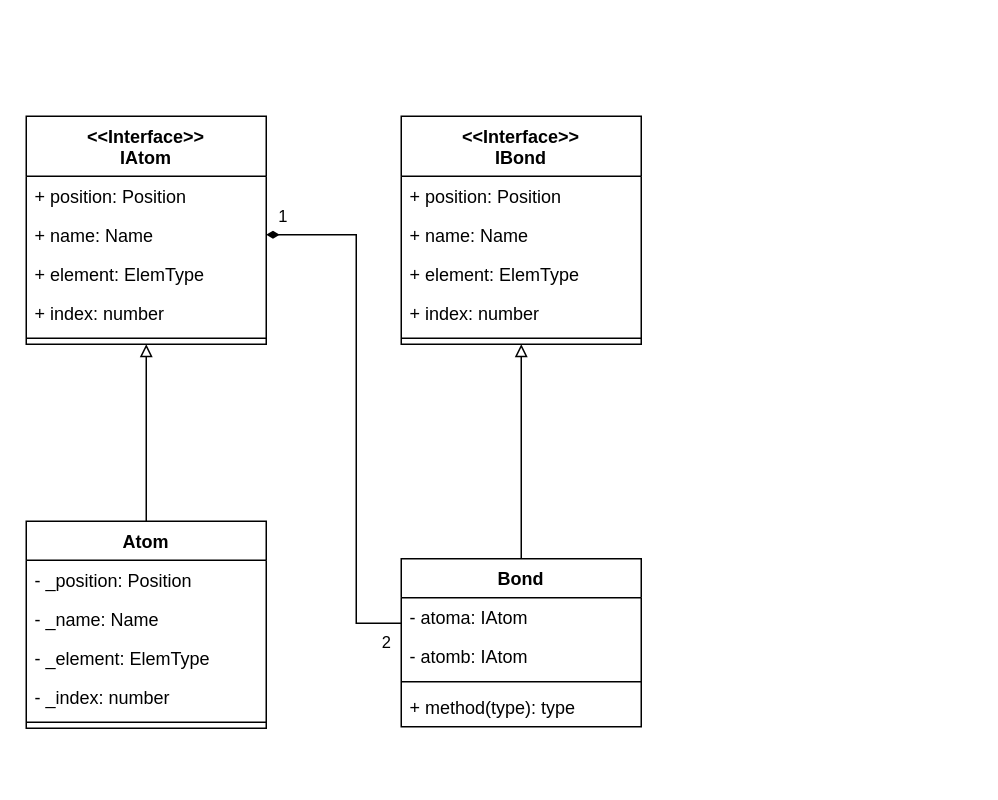
This is uml/systems/systems.drawio from TakashiKusachi/TS-GLMolViwer, a draw.io file, before an edit. Source tidied: cells renumbered, new cells numbered last; positions are measured from the earlier drawing's top-left corner, leaving out a move shared by most shapes. Both pictures are drawn from the tidied source at 150%, with x=0, y=0 at pixel (26, 116).
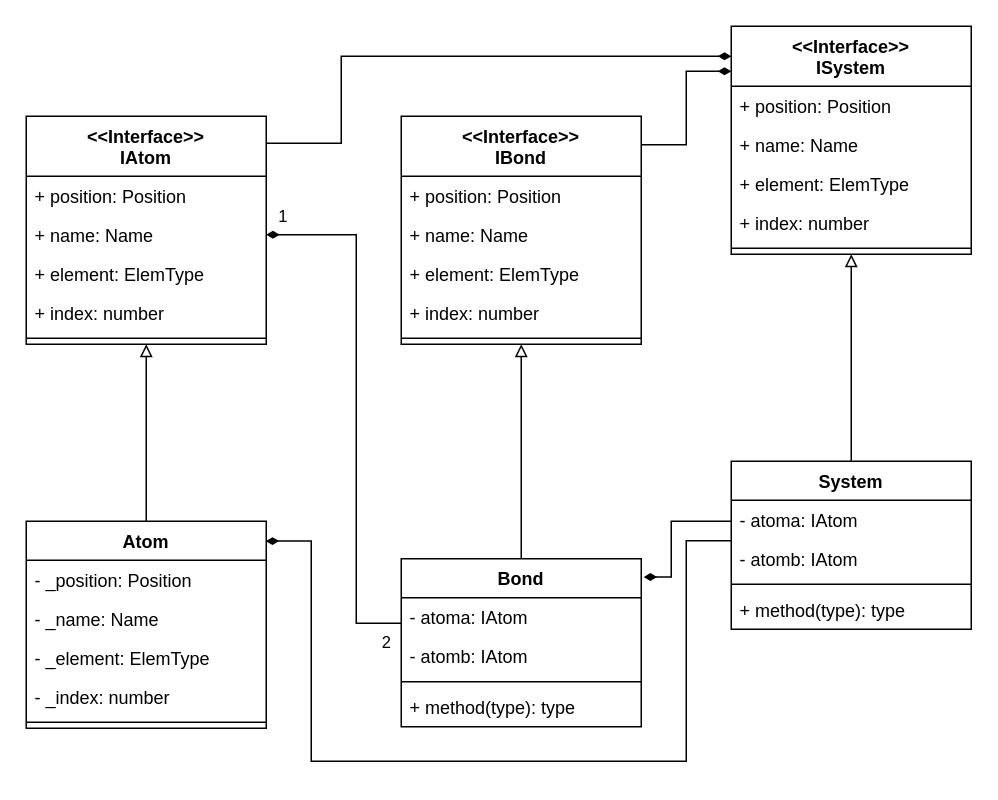
The same diagram, later.

Unchanged cells that the change refers to:
```xml
<mxCell id="2" value="&lt;&lt;Interface&gt;&gt;&#10;IAtom" style="swimlane;fontStyle=1;align=center;verticalAlign=top;horizontal=1;startSize=40;" parent="1" vertex="1">
  <mxGeometry width="160" height="152" as="geometry" />
</mxCell>
<mxCell id="9" value="Atom" style="swimlane;fontStyle=1;align=center;verticalAlign=top;horizontal=1;startSize=26;" parent="1" vertex="1">
  <mxGeometry y="270" width="160" height="138" as="geometry" />
</mxCell>
<mxCell id="19" value="Bond" style="swimlane;fontStyle=1;align=center;verticalAlign=top;horizontal=1;startSize=26;" parent="1" vertex="1">
  <mxGeometry x="250" y="295" width="160" height="112" as="geometry" />
</mxCell>
<mxCell id="24" value="&lt;&lt;Interface&gt;&gt;&#10;IBond" style="swimlane;fontStyle=1;align=center;verticalAlign=top;horizontal=1;startSize=40;" parent="1" vertex="1">
  <mxGeometry x="250" width="160" height="152" as="geometry" />
</mxCell>
```

Diff of the diagram source:
```diff
@@
+    <mxCell id="30" style="edgeStyle=orthogonalEdgeStyle;rounded=0;jettySize=auto;html=1;entryX=0.998;entryY=0.096;entryDx=0;entryDy=0;entryPerimeter=0;startArrow=none;startFill=0;startSize=6;endArrow=diamondThin;endFill=1;" parent="1" edge="1" source="33" target="9">
+      <mxGeometry relative="1" as="geometry">
+        <Array as="points">
+          <mxPoint x="440" y="283" />
+          <mxPoint x="440" y="430" />
+          <mxPoint x="190" y="430" />
+          <mxPoint x="190" y="283" />
+        </Array>
+      </mxGeometry>
+    </mxCell>
+    <mxCell id="31" style="edgeStyle=orthogonalEdgeStyle;rounded=0;jettySize=auto;html=1;entryX=1.01;entryY=0.109;entryDx=0;entryDy=0;entryPerimeter=0;startArrow=none;startFill=0;startSize=6;endArrow=diamondThin;endFill=1;" parent="1" edge="1" source="33" target="19">
+      <mxGeometry relative="1" as="geometry">
+        <Array as="points">
+          <mxPoint x="430" y="270" />
+          <mxPoint x="430" y="307" />
+        </Array>
+      </mxGeometry>
+    </mxCell>
+    <mxCell id="32" style="edgeStyle=orthogonalEdgeStyle;rounded=0;jettySize=auto;html=1;entryX=0.5;entryY=1;entryDx=0;entryDy=0;startArrow=none;startFill=0;startSize=6;endArrow=block;endFill=0;" parent="1" edge="1" source="33" target="39">
+      <mxGeometry relative="1" as="geometry" />
+    </mxCell>
+    <mxCell id="33" value="System" style="swimlane;fontStyle=1;align=center;verticalAlign=top;horizontal=1;startSize=26;" parent="1" vertex="1">
+      <mxGeometry x="470" y="230" width="160" height="112" as="geometry" />
+    </mxCell>
+    <mxCell id="34" value="- atoma: IAtom" style="text;strokeColor=none;fillColor=none;align=left;verticalAlign=top;spacingLeft=4;spacingRight=4;overflow=hidden;" parent="33" vertex="1">
+      <mxGeometry y="26" width="160" height="26" as="geometry" />
+    </mxCell>
+    <mxCell id="35" value="- atomb: IAtom" style="text;strokeColor=none;fillColor=none;align=left;verticalAlign=top;spacingLeft=4;spacingRight=4;overflow=hidden;" parent="33" vertex="1">
+      <mxGeometry y="52" width="160" height="26" as="geometry" />
+    </mxCell>
+    <mxCell id="36" style="line;strokeWidth=1;fillColor=none;align=left;verticalAlign=middle;spacingTop=-1;spacingLeft=3;spacingRight=3;labelPosition=right;" parent="33" vertex="1">
+      <mxGeometry y="78" width="160" height="8" as="geometry" />
+    </mxCell>
+    <mxCell id="37" value="+ method(type): type" style="text;strokeColor=none;fillColor=none;align=left;verticalAlign=top;spacingLeft=4;spacingRight=4;overflow=hidden;" parent="33" vertex="1">
+      <mxGeometry y="86" width="160" height="26" as="geometry" />
+    </mxCell>
+    <mxCell id="38" style="edgeStyle=orthogonalEdgeStyle;rounded=0;jettySize=auto;html=1;startArrow=diamondThin;startFill=1;startSize=6;endArrow=none;endFill=0;" parent="1" edge="1" source="39" target="24">
+      <mxGeometry relative="1" as="geometry">
+        <Array as="points">
+          <mxPoint x="440" y="-30" />
+          <mxPoint x="440" y="19" />
+        </Array>
+      </mxGeometry>
+    </mxCell>
+    <mxCell id="39" value="&lt;&lt;Interface&gt;&gt;&#10;ISystem" style="swimlane;fontStyle=1;align=center;verticalAlign=top;horizontal=1;startSize=40;" parent="1" vertex="1">
+      <mxGeometry x="470" y="-60" width="160" height="152" as="geometry" />
+    </mxCell>
+    <mxCell id="40" value="+ position: Position" style="text;strokeColor=none;fillColor=none;align=left;verticalAlign=top;spacingLeft=4;spacingRight=4;overflow=hidden;" parent="39" vertex="1">
+      <mxGeometry y="40" width="160" height="26" as="geometry" />
+    </mxCell>
+    <mxCell id="41" value="+ name: Name" style="text;strokeColor=none;fillColor=none;align=left;verticalAlign=top;spacingLeft=4;spacingRight=4;overflow=hidden;" parent="39" vertex="1">
+      <mxGeometry y="66" width="160" height="26" as="geometry" />
+    </mxCell>
+    <mxCell id="42" value="+ element: ElemType" style="text;strokeColor=none;fillColor=none;align=left;verticalAlign=top;spacingLeft=4;spacingRight=4;overflow=hidden;" parent="39" vertex="1">
+      <mxGeometry y="92" width="160" height="26" as="geometry" />
+    </mxCell>
+    <mxCell id="43" value="+ index: number" style="text;strokeColor=none;fillColor=none;align=left;verticalAlign=top;spacingLeft=4;spacingRight=4;overflow=hidden;" parent="39" vertex="1">
+      <mxGeometry y="118" width="160" height="26" as="geometry" />
+    </mxCell>
+    <mxCell id="44" style="line;strokeWidth=1;fillColor=none;align=left;verticalAlign=middle;spacingTop=-1;spacingLeft=3;spacingRight=3;labelPosition=right;" parent="39" vertex="1">
+      <mxGeometry y="144" width="160" height="8" as="geometry" />
+    </mxCell>
+    <mxCell id="45" style="edgeStyle=orthogonalEdgeStyle;rounded=0;jettySize=auto;html=1;startArrow=diamondThin;startFill=1;startSize=6;endArrow=none;endFill=0;" parent="1" edge="1" target="2">
+      <mxGeometry relative="1" as="geometry">
+        <mxPoint x="470" y="-40" as="sourcePoint" />
+        <Array as="points">
+          <mxPoint x="210" y="-40" />
+          <mxPoint x="210" y="18" />
+        </Array>
+      </mxGeometry>
+    </mxCell>
```
